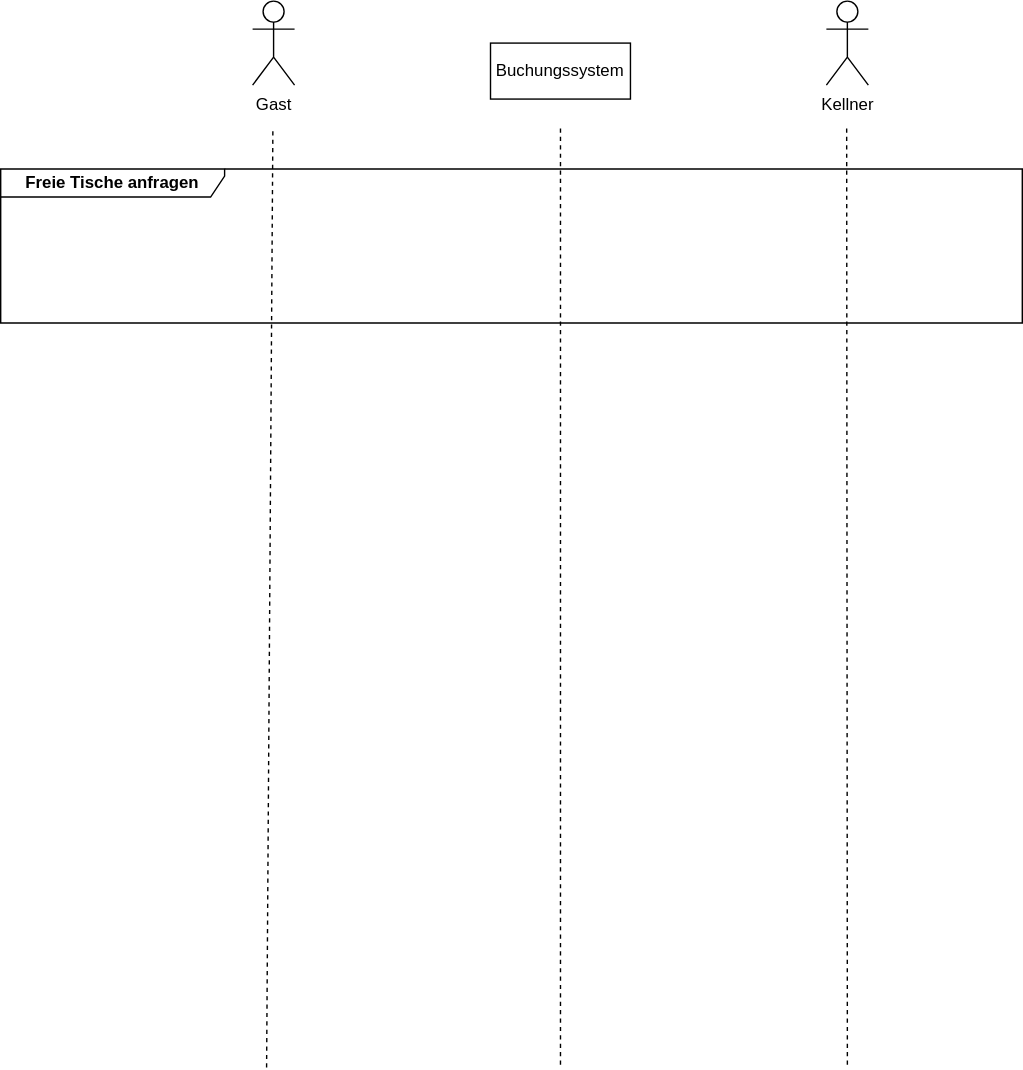
Earlier version of the draw.io export diagramme/UML-Sequence.drawio.svg (FIA-GSO/tischreservierung-fi104kafkatim). Source tidied: cells renumbered, new cells last; positions are measured from the earlier drawing's top-left corner, leaving out a move shared by most shapes.
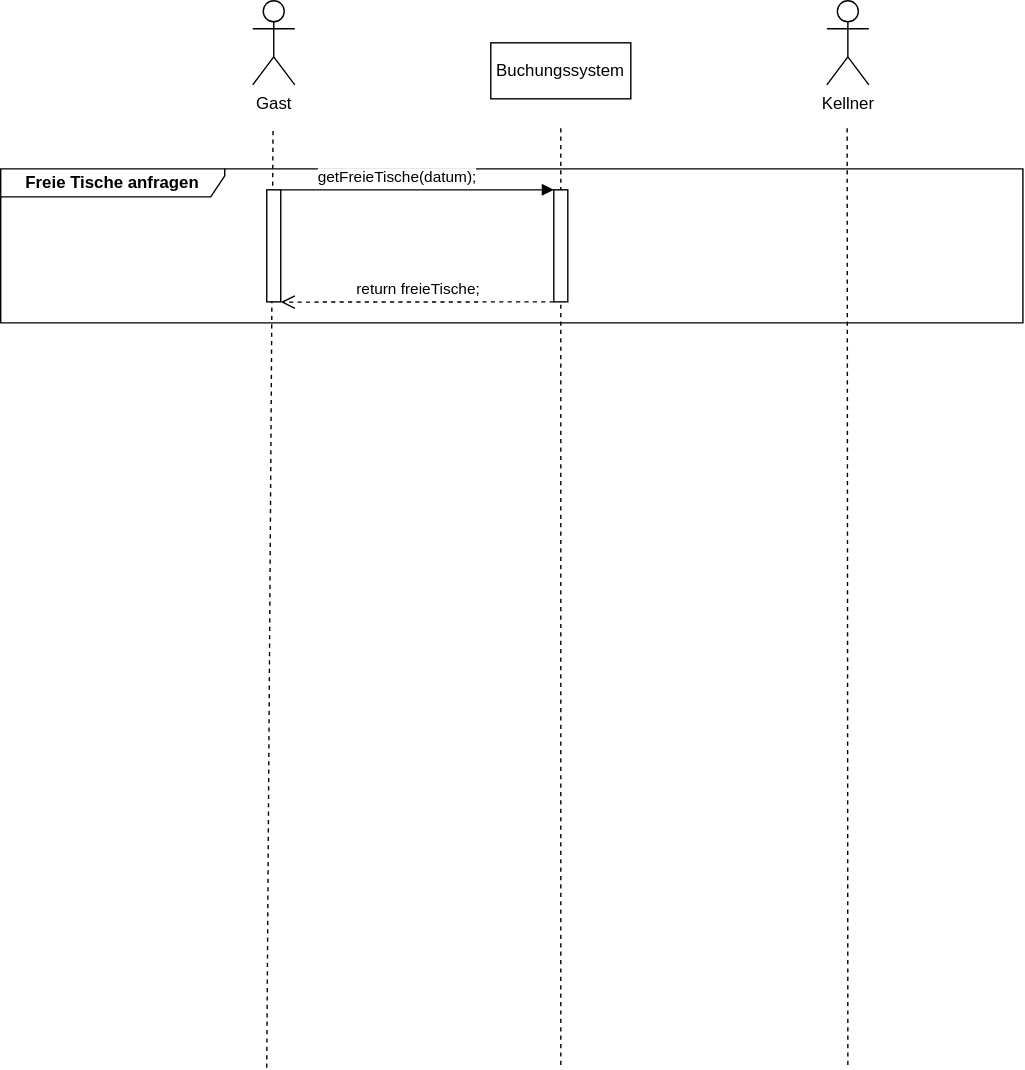
The same diagram one commit later.

Commit message:
Sequenz Digramm angepasst

What changed in the source:
```diff
@@ -41,8 +41,28 @@
         <mxPoint x="50" y="60" as="targetPoint" />
       </mxGeometry>
     </mxCell>
+    <mxCell id="13" style="html=1;points=[];perimeter=orthogonalPerimeter;outlineConnect=0;targetShapes=umlLifeline;portConstraint=eastwest;newEdgeStyle={&quot;edgeStyle&quot;:&quot;elbowEdgeStyle&quot;,&quot;elbow&quot;:&quot;vertical&quot;,&quot;curved&quot;:0,&quot;rounded&quot;:0};" parent="9" vertex="1">
+      <mxGeometry x="45" y="105" width="10" height="80" as="geometry" />
+    </mxCell>
     <mxCell id="12" value="&lt;b&gt;Freie Tische anfragen&lt;/b&gt;" style="shape=umlFrame;whiteSpace=wrap;html=1;width=160;height=20;" parent="1" vertex="1">
       <mxGeometry y="120" width="730" height="110" as="geometry" />
     </mxCell>
+    <mxCell id="14" value="getFreieTische(datum);" style="html=1;verticalAlign=bottom;endArrow=block;edgeStyle=elbowEdgeStyle;elbow=vertical;curved=0;rounded=0;" parent="1" edge="1" target="13">
+      <mxGeometry relative="1" as="geometry">
+        <mxPoint x="230" y="135" as="sourcePoint" />
+        <Array as="points">
+          <mxPoint x="200" y="135" />
+        </Array>
+      </mxGeometry>
+    </mxCell>
+    <mxCell id="15" value="return freieTische;" style="html=1;verticalAlign=bottom;endArrow=open;dashed=1;endSize=8;edgeStyle=elbowEdgeStyle;elbow=vertical;curved=0;rounded=0;" parent="1" edge="1">
+      <mxGeometry relative="1" as="geometry">
+        <mxPoint x="395" y="215" as="sourcePoint" />
+        <mxPoint x="200" y="215" as="targetPoint" />
+      </mxGeometry>
+    </mxCell>
+    <mxCell id="16" style="html=1;perimeter=orthogonalPerimeter;targetShapes=umlLifeline;newEdgeStyle={&quot;edgeStyle&quot;:&quot;elbowEdgeStyle&quot;,&quot;elbow&quot;:&quot;vertical&quot;,&quot;curved&quot;:0,&quot;rounded&quot;:0};" parent="1" vertex="1">
+      <mxGeometry x="190" y="135" width="10" height="80" as="geometry" />
+    </mxCell>
   </root>
 </mxGraphModel>
```
